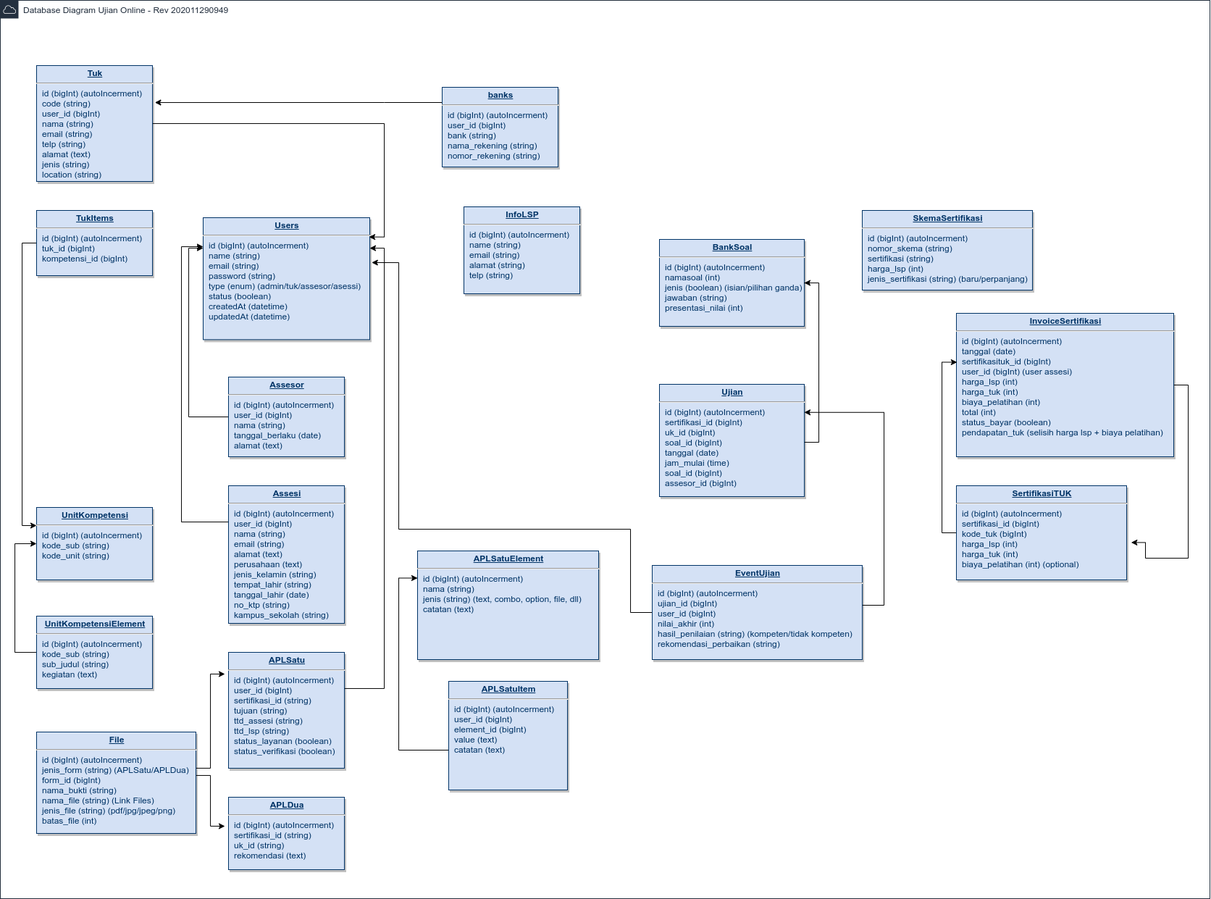
The draw.io diagram db.png in awankelana/vip-db, before a commit. Source tidied: cells renumbered, new cells last; positions are measured from the earlier drawing's top-left corner, leaving out a move shared by most shapes.
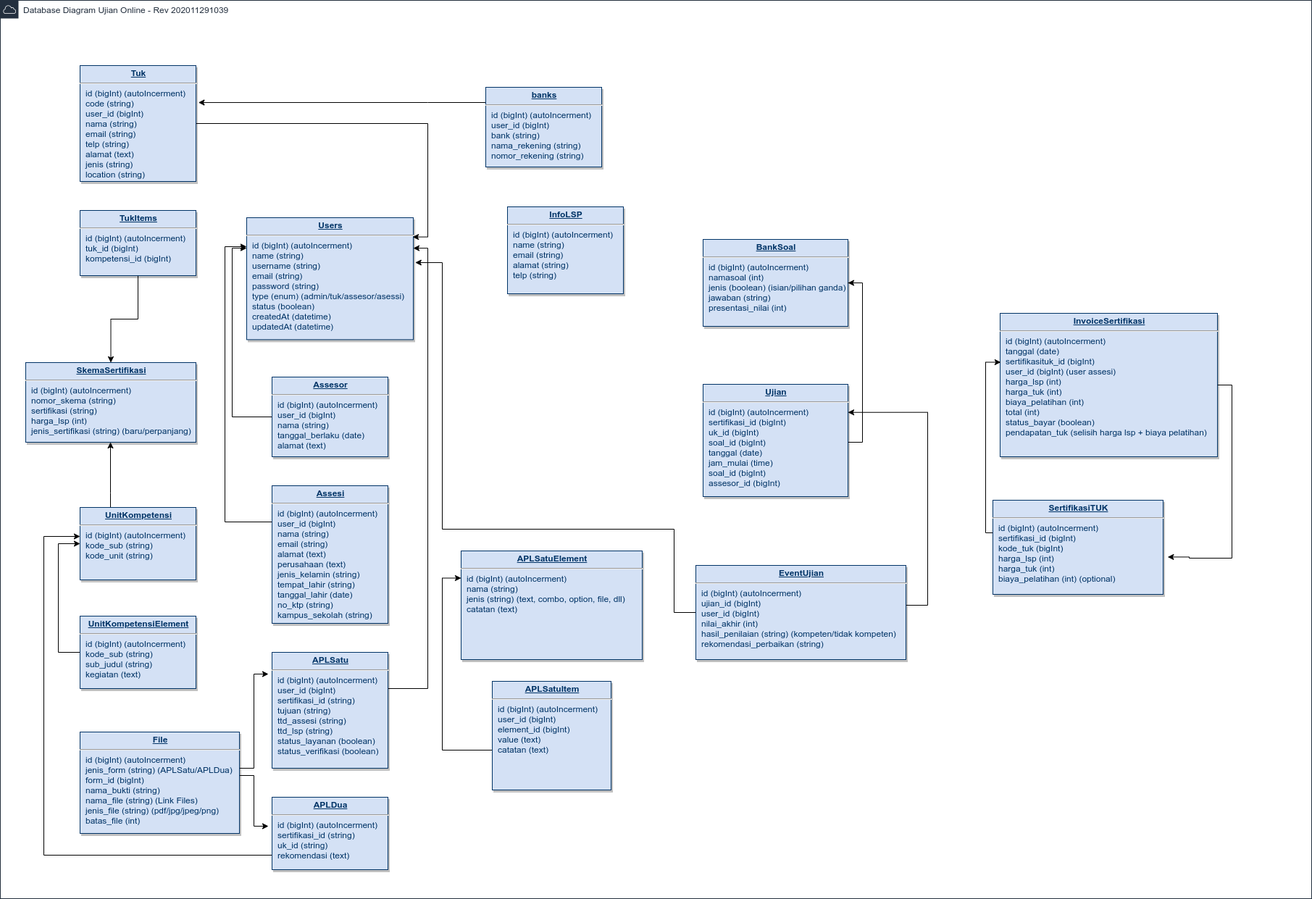
After the change.

Change to the diagram source:
```diff
@@ -2,8 +2,8 @@
   <root>
     <mxCell id="0" />
     <mxCell id="1" parent="0" />
-    <mxCell id="2" value="Database Diagram Ujian Online - Rev 202011290949" style="gradientColor=none;html=1;whiteSpace=wrap;fontSize=12;fontStyle=0;shape=mxgraph.aws4.group;grIcon=mxgraph.aws4.group_aws_cloud;strokeColor=#232F3E;fillColor=none;verticalAlign=top;align=left;spacingLeft=30;fontColor=#232F3E;dashed=0;" parent="1" vertex="1">
-      <mxGeometry width="1670" height="1240" as="geometry" />
+    <mxCell id="2" value="Database Diagram Ujian Online - Rev 202011291039" style="gradientColor=none;html=1;whiteSpace=wrap;fontSize=12;fontStyle=0;shape=mxgraph.aws4.group;grIcon=mxgraph.aws4.group_aws_cloud;strokeColor=#232F3E;fillColor=none;verticalAlign=top;align=left;spacingLeft=30;fontColor=#232F3E;dashed=0;" parent="1" vertex="1">
+      <mxGeometry x="-60" width="1810" height="1240" as="geometry" />
     </mxCell>
     <mxCell id="3" style="edgeStyle=orthogonalEdgeStyle;rounded=0;jettySize=auto;html=1;entryX=0.996;entryY=0.158;entryDx=0;entryDy=0;entryPerimeter=0;" parent="1" edge="1" source="4" target="8">
       <mxGeometry relative="1" as="geometry" />
@@ -23,20 +23,23 @@
     <mxCell id="6" value="&lt;p style=&quot;margin: 0px ; margin-top: 4px ; text-align: center ; text-decoration: underline&quot;&gt;&lt;b&gt;InvoiceSertifikasi&lt;/b&gt;&lt;/p&gt;&lt;hr&gt;&lt;p style=&quot;margin: 0px ; margin-left: 8px&quot;&gt;id (bigInt) (autoI&lt;span&gt;ncerment)&lt;/span&gt;&lt;/p&gt;&lt;p style=&quot;margin: 0px ; margin-left: 8px&quot;&gt;tanggal (date)&lt;/p&gt;&lt;p style=&quot;margin: 0px ; margin-left: 8px&quot;&gt;sertifikasituk_id (bigInt)&lt;/p&gt;&lt;p style=&quot;margin: 0px ; margin-left: 8px&quot;&gt;user_id (bigInt) (user assesi)&lt;/p&gt;&lt;p style=&quot;margin: 0px ; margin-left: 8px&quot;&gt;harga_lsp (int)&lt;/p&gt;&lt;p style=&quot;margin: 0px ; margin-left: 8px&quot;&gt;harga_tuk (int)&lt;/p&gt;&lt;p style=&quot;margin: 0px ; margin-left: 8px&quot;&gt;biaya_pelatihan (int)&lt;/p&gt;&lt;p style=&quot;margin: 0px ; margin-left: 8px&quot;&gt;total (int)&lt;/p&gt;&lt;p style=&quot;margin: 0px ; margin-left: 8px&quot;&gt;status_bayar (boolean)&lt;/p&gt;&lt;p style=&quot;margin: 0px ; margin-left: 8px&quot;&gt;pendapatan_tuk&amp;nbsp;&lt;span&gt;(selisih harga lsp + biaya pelatihan)&lt;/span&gt;&lt;/p&gt;&lt;p style=&quot;margin: 0px ; margin-left: 8px&quot;&gt;&lt;br&gt;&lt;/p&gt;" style="verticalAlign=top;align=left;overflow=fill;fontSize=12;fontFamily=Helvetica;html=1;strokeColor=#003366;shadow=1;fillColor=#D4E1F5;fontColor=#003366;" parent="1" vertex="1">
       <mxGeometry x="1320" y="432" width="300" height="198" as="geometry" />
     </mxCell>
+    <mxCell id="38" style="edgeStyle=orthogonalEdgeStyle;rounded=0;jettySize=auto;html=1;" parent="1" edge="1" source="7" target="29">
+      <mxGeometry relative="1" as="geometry">
+        <Array as="points">
+          <mxPoint x="92" y="680" />
+          <mxPoint x="92" y="680" />
+        </Array>
+      </mxGeometry>
+    </mxCell>
     <mxCell id="7" value="&lt;p style=&quot;margin: 0px ; margin-top: 4px ; text-align: center ; text-decoration: underline&quot;&gt;&lt;strong&gt;UnitKompetensi&lt;/strong&gt;&lt;/p&gt;&lt;hr&gt;&lt;p style=&quot;margin: 0px ; margin-left: 8px&quot;&gt;id (bigInt) (autoIncerment)&amp;nbsp;&lt;/p&gt;&lt;p style=&quot;margin: 0px ; margin-left: 8px&quot;&gt;kode_sub (string)&lt;/p&gt;&lt;p style=&quot;margin: 0px ; margin-left: 8px&quot;&gt;kode_unit (string)&lt;/p&gt;&lt;p style=&quot;margin: 0px ; margin-left: 8px&quot;&gt;&lt;br&gt;&lt;/p&gt;" style="verticalAlign=top;align=left;overflow=fill;fontSize=12;fontFamily=Helvetica;html=1;strokeColor=#003366;shadow=1;fillColor=#D4E1F5;fontColor=#003366;" parent="1" vertex="1">
       <mxGeometry x="50" y="700" width="160" height="100" as="geometry" />
     </mxCell>
-    <mxCell id="8" value="&lt;p style=&quot;margin: 0px ; margin-top: 4px ; text-align: center ; text-decoration: underline&quot;&gt;&lt;strong&gt;Users&lt;/strong&gt;&lt;/p&gt;&lt;hr&gt;&lt;p style=&quot;margin: 0px ; margin-left: 8px&quot;&gt;id (bigInt) (autoIncerment)&lt;/p&gt;&lt;p style=&quot;margin: 0px ; margin-left: 8px&quot;&gt;name (string)&lt;/p&gt;&lt;p style=&quot;margin: 0px ; margin-left: 8px&quot;&gt;email (string)&lt;/p&gt;&lt;p style=&quot;margin: 0px ; margin-left: 8px&quot;&gt;password (string)&lt;/p&gt;&lt;p style=&quot;margin: 0px ; margin-left: 8px&quot;&gt;type (enum) (admin/tuk/assesor/asessi)&lt;/p&gt;&lt;p style=&quot;margin: 0px ; margin-left: 8px&quot;&gt;status (boolean)&lt;/p&gt;&lt;p style=&quot;margin: 0px ; margin-left: 8px&quot;&gt;createdAt (datetime)&lt;/p&gt;&lt;p style=&quot;margin: 0px ; margin-left: 8px&quot;&gt;updatedAt (datetime)&lt;/p&gt;" style="verticalAlign=top;align=left;overflow=fill;fontSize=12;fontFamily=Helvetica;html=1;strokeColor=#003366;shadow=1;fillColor=#D4E1F5;fontColor=#003366;" parent="1" vertex="1">
+    <mxCell id="8" value="&lt;p style=&quot;margin: 0px ; margin-top: 4px ; text-align: center ; text-decoration: underline&quot;&gt;&lt;strong&gt;Users&lt;/strong&gt;&lt;/p&gt;&lt;hr&gt;&lt;p style=&quot;margin: 0px ; margin-left: 8px&quot;&gt;id (bigInt) (autoIncerment)&lt;/p&gt;&lt;p style=&quot;margin: 0px ; margin-left: 8px&quot;&gt;name (string)&lt;/p&gt;&lt;p style=&quot;margin: 0px ; margin-left: 8px&quot;&gt;username (string)&lt;/p&gt;&lt;p style=&quot;margin: 0px ; margin-left: 8px&quot;&gt;email (string)&lt;/p&gt;&lt;p style=&quot;margin: 0px ; margin-left: 8px&quot;&gt;password (string)&lt;/p&gt;&lt;p style=&quot;margin: 0px ; margin-left: 8px&quot;&gt;type (enum) (admin/tuk/assesor/asessi)&lt;/p&gt;&lt;p style=&quot;margin: 0px ; margin-left: 8px&quot;&gt;status (boolean)&lt;/p&gt;&lt;p style=&quot;margin: 0px ; margin-left: 8px&quot;&gt;createdAt (datetime)&lt;/p&gt;&lt;p style=&quot;margin: 0px ; margin-left: 8px&quot;&gt;updatedAt (datetime)&lt;/p&gt;" style="verticalAlign=top;align=left;overflow=fill;fontSize=12;fontFamily=Helvetica;html=1;strokeColor=#003366;shadow=1;fillColor=#D4E1F5;fontColor=#003366;" parent="1" vertex="1">
       <mxGeometry x="280" y="300" width="230" height="168.4" as="geometry" />
     </mxCell>
-    <mxCell id="9" style="edgeStyle=orthogonalEdgeStyle;rounded=0;jettySize=auto;html=1;entryX=0;entryY=0.25;entryDx=0;entryDy=0;" parent="1" edge="1" source="10" target="7">
-      <mxGeometry relative="1" as="geometry">
-        <Array as="points">
-          <mxPoint x="30" y="335" />
-          <mxPoint x="30" y="725" />
-        </Array>
-      </mxGeometry>
-    </mxCell>
+    <mxCell id="39" style="edgeStyle=orthogonalEdgeStyle;rounded=0;jettySize=auto;html=1;entryX=0.5;entryY=0;entryDx=0;entryDy=0;" parent="1" edge="1" source="10" target="29">
+      <mxGeometry relative="1" as="geometry" />
+    </mxCell>
     <mxCell id="10" value="&lt;p style=&quot;margin: 0px ; margin-top: 4px ; text-align: center ; text-decoration: underline&quot;&gt;&lt;b&gt;TukItems&lt;/b&gt;&lt;/p&gt;&lt;hr&gt;&lt;p style=&quot;margin: 0px ; margin-left: 8px&quot;&gt;id (bigInt) (autoIncerment)&lt;/p&gt;&lt;p style=&quot;margin: 0px ; margin-left: 8px&quot;&gt;tuk_id (bigInt)&lt;/p&gt;&lt;p style=&quot;margin: 0px ; margin-left: 8px&quot;&gt;kompetensi_id (bigInt)&lt;/p&gt;" style="verticalAlign=top;align=left;overflow=fill;fontSize=12;fontFamily=Helvetica;html=1;strokeColor=#003366;shadow=1;fillColor=#D4E1F5;fontColor=#003366;" parent="1" vertex="1">
       <mxGeometry x="50" y="290" width="160" height="90" as="geometry" />
     </mxCell>
@@ -102,6 +105,14 @@
     <mxCell id="22" value="&lt;p style=&quot;margin: 0px ; margin-top: 4px ; text-align: center ; text-decoration: underline&quot;&gt;&lt;strong&gt;APLSatu&lt;/strong&gt;&lt;/p&gt;&lt;hr&gt;&lt;p style=&quot;margin: 0px ; margin-left: 8px&quot;&gt;id (bigInt) (autoIncerment)&lt;/p&gt;&lt;p style=&quot;margin: 0px ; margin-left: 8px&quot;&gt;user_id (bigInt)&lt;/p&gt;&lt;p style=&quot;margin: 0px ; margin-left: 8px&quot;&gt;sertifikasi_id (string)&lt;/p&gt;&lt;p style=&quot;margin: 0px ; margin-left: 8px&quot;&gt;tujuan (string)&lt;/p&gt;&lt;p style=&quot;margin: 0px ; margin-left: 8px&quot;&gt;ttd_assesi (string)&lt;/p&gt;&lt;p style=&quot;margin: 0px ; margin-left: 8px&quot;&gt;ttd_lsp (string)&lt;/p&gt;&lt;p style=&quot;margin: 0px ; margin-left: 8px&quot;&gt;status_layanan (boolean)&lt;/p&gt;&lt;p style=&quot;margin: 0px ; margin-left: 8px&quot;&gt;status_verifikasi (boolean)&lt;/p&gt;" style="verticalAlign=top;align=left;overflow=fill;fontSize=12;fontFamily=Helvetica;html=1;strokeColor=#003366;shadow=1;fillColor=#D4E1F5;fontColor=#003366;" parent="1" vertex="1">
       <mxGeometry x="315" y="900" width="160" height="160" as="geometry" />
     </mxCell>
+    <mxCell id="40" style="edgeStyle=orthogonalEdgeStyle;rounded=0;jettySize=auto;html=1;" parent="1" edge="1" source="23" target="7">
+      <mxGeometry relative="1" as="geometry">
+        <Array as="points">
+          <mxPoint y="1180" />
+          <mxPoint y="740" />
+        </Array>
+      </mxGeometry>
+    </mxCell>
     <mxCell id="23" value="&lt;p style=&quot;margin: 0px ; margin-top: 4px ; text-align: center ; text-decoration: underline&quot;&gt;&lt;strong&gt;APLDua&lt;/strong&gt;&lt;/p&gt;&lt;hr&gt;&lt;p style=&quot;margin: 0px ; margin-left: 8px&quot;&gt;id (bigInt) (autoIncerment)&lt;/p&gt;&lt;p style=&quot;margin: 0px ; margin-left: 8px&quot;&gt;&lt;span&gt;sertifikasi_id (string)&lt;/span&gt;&lt;br&gt;&lt;/p&gt;&lt;p style=&quot;margin: 0px ; margin-left: 8px&quot;&gt;uk_id (string)&lt;/p&gt;&lt;p style=&quot;margin: 0px ; margin-left: 8px&quot;&gt;rekomendasi (text)&lt;/p&gt;" style="verticalAlign=top;align=left;overflow=fill;fontSize=12;fontFamily=Helvetica;html=1;strokeColor=#003366;shadow=1;fillColor=#D4E1F5;fontColor=#003366;" parent="1" vertex="1">
       <mxGeometry x="315" y="1100" width="160" height="100" as="geometry" />
     </mxCell>
@@ -139,7 +150,7 @@
       <mxGeometry x="50" y="1010" width="220" height="140" as="geometry" />
     </mxCell>
     <mxCell id="29" value="&lt;p style=&quot;margin: 0px ; margin-top: 4px ; text-align: center ; text-decoration: underline&quot;&gt;&lt;strong&gt;SkemaSertifikasi&lt;/strong&gt;&lt;/p&gt;&lt;hr&gt;&lt;p style=&quot;margin: 0px ; margin-left: 8px&quot;&gt;id (bigInt) (autoIncerment)&lt;/p&gt;&lt;p style=&quot;margin: 0px ; margin-left: 8px&quot;&gt;nomor_skema (string)&lt;/p&gt;&lt;p style=&quot;margin: 0px ; margin-left: 8px&quot;&gt;sertifikasi (string)&lt;/p&gt;&lt;p style=&quot;margin: 0px ; margin-left: 8px&quot;&gt;harga_lsp (int)&lt;/p&gt;&lt;p style=&quot;margin: 0px ; margin-left: 8px&quot;&gt;jenis_sertifikasi (string) (baru/perpanjang)&lt;/p&gt;" style="verticalAlign=top;align=left;overflow=fill;fontSize=12;fontFamily=Helvetica;html=1;strokeColor=#003366;shadow=1;fillColor=#D4E1F5;fontColor=#003366;" parent="1" vertex="1">
-      <mxGeometry x="1190" y="290" width="235" height="110" as="geometry" />
+      <mxGeometry x="-25" y="500" width="235" height="110" as="geometry" />
     </mxCell>
     <mxCell id="30" style="edgeStyle=orthogonalEdgeStyle;rounded=0;jettySize=auto;html=1;entryX=0.003;entryY=0.341;entryDx=0;entryDy=0;entryPerimeter=0;" parent="1" edge="1" source="31" target="6">
       <mxGeometry relative="1" as="geometry">
@@ -150,7 +161,7 @@
       </mxGeometry>
     </mxCell>
     <mxCell id="31" value="&lt;p style=&quot;margin: 0px ; margin-top: 4px ; text-align: center ; text-decoration: underline&quot;&gt;&lt;strong&gt;SertifikasiTUK&lt;/strong&gt;&lt;/p&gt;&lt;hr&gt;&lt;p style=&quot;margin: 0px ; margin-left: 8px&quot;&gt;id (bigInt) (autoIncerment)&lt;/p&gt;&lt;p style=&quot;margin: 0px ; margin-left: 8px&quot;&gt;sertifikasi_id (bigInt)&lt;/p&gt;&lt;p style=&quot;margin: 0px ; margin-left: 8px&quot;&gt;kode_tuk (bigInt)&lt;/p&gt;&lt;p style=&quot;margin: 0px ; margin-left: 8px&quot;&gt;harga_lsp (int)&lt;/p&gt;&lt;p style=&quot;margin: 0px ; margin-left: 8px&quot;&gt;harga_tuk (int)&lt;/p&gt;&lt;p style=&quot;margin: 0px ; margin-left: 8px&quot;&gt;biaya_pelatihan (int) (optional)&lt;/p&gt;" style="verticalAlign=top;align=left;overflow=fill;fontSize=12;fontFamily=Helvetica;html=1;strokeColor=#003366;shadow=1;fillColor=#D4E1F5;fontColor=#003366;" parent="1" vertex="1">
-      <mxGeometry x="1320" y="670" width="235" height="130" as="geometry" />
+      <mxGeometry x="1310" y="690" width="235" height="130" as="geometry" />
     </mxCell>
     <mxCell id="32" value="&lt;p style=&quot;margin: 0px ; margin-top: 4px ; text-align: center ; text-decoration: underline&quot;&gt;&lt;strong&gt;BankSoal&lt;/strong&gt;&lt;/p&gt;&lt;hr&gt;&lt;p style=&quot;margin: 0px ; margin-left: 8px&quot;&gt;id (bigInt) (autoIncerment)&lt;/p&gt;&lt;p style=&quot;margin: 0px ; margin-left: 8px&quot;&gt;namasoal (int)&lt;/p&gt;&lt;p style=&quot;margin: 0px ; margin-left: 8px&quot;&gt;jenis (boolean) (isian/pilihan ganda)&lt;/p&gt;&lt;p style=&quot;margin: 0px ; margin-left: 8px&quot;&gt;jawaban (string)&lt;/p&gt;&lt;p style=&quot;margin: 0px ; margin-left: 8px&quot;&gt;presentasi_nilai (int)&lt;/p&gt;" style="verticalAlign=top;align=left;overflow=fill;fontSize=12;fontFamily=Helvetica;html=1;strokeColor=#003366;shadow=1;fillColor=#D4E1F5;fontColor=#003366;" parent="1" vertex="1">
       <mxGeometry x="910" y="330" width="200" height="120" as="geometry" />
```
